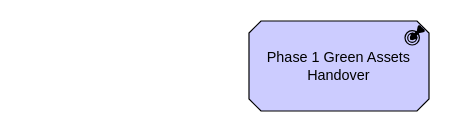
This is StrategyToCapability.drawio from martinlt/reference, a draw.io file, before an edit. Source tidied: cells renumbered, new cells numbered last; positions are measured from the earlier drawing's top-left corner, leaving out a move shared by most shapes. Both pictures are drawn from the tidied source at 120%, with x=0, y=0 at pixel (248, 20).
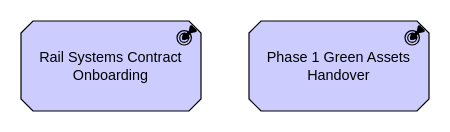
Above is the later version.

The edit, as a diff of the source:
```diff
@@
 <mxGraphModel>
   <root>
     <mxCell id="0" />
     <mxCell id="1" parent="0" />
     <mxCell id="2" value="Phase 1 Green Assets Handover" style="html=1;whiteSpace=wrap;fillColor=#CCCCFF;shape=mxgraph.archimate3.application;appType=outcome;archiType=oct;" parent="1" vertex="1">
       <mxGeometry width="150" height="75" as="geometry" />
     </mxCell>
+    <mxCell id="3" value="Rail Systems Contract Onboarding" style="html=1;whiteSpace=wrap;fillColor=#CCCCFF;shape=mxgraph.archimate3.application;appType=outcome;archiType=oct;" parent="1" vertex="1">
+      <mxGeometry x="-190" width="150" height="75" as="geometry" />
+    </mxCell>
   </root>
 </mxGraphModel>
```
